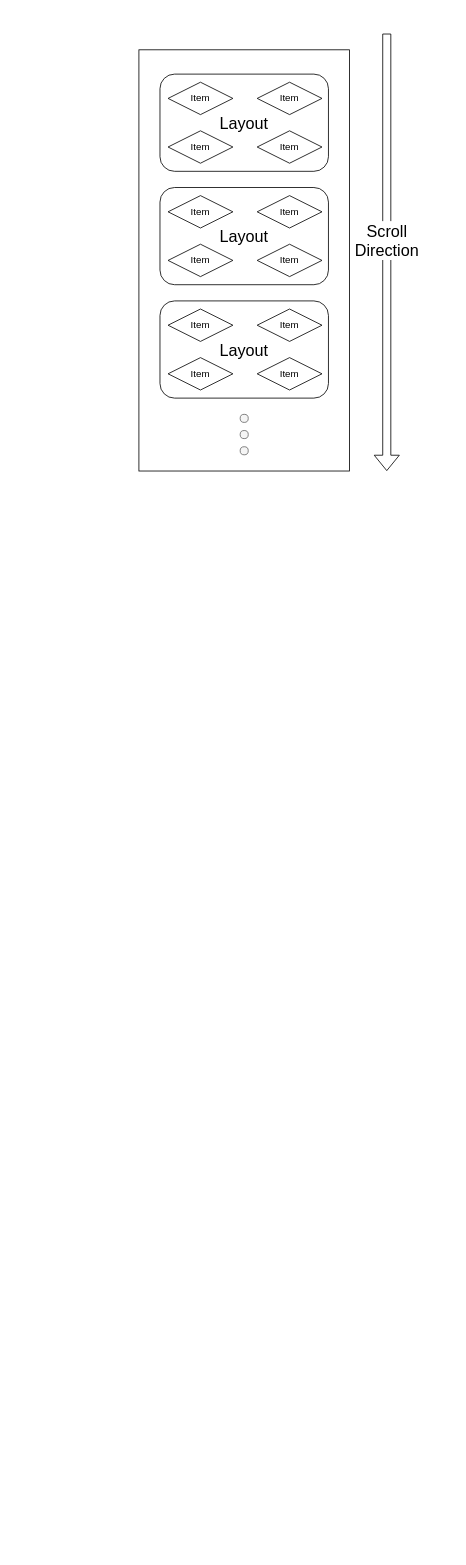
Earlier version of the draw.io diagram Untitled Diagram.drawio (No3371/MultiLayoutScroller). Source tidied: cells renumbered, new cells numbered last; positions are measured from the earlier drawing's top-left corner, leaving out a move shared by most shapes. Both pictures are drawn from the tidied source at 81%, with x=0, y=0 at pixel (139, 33).
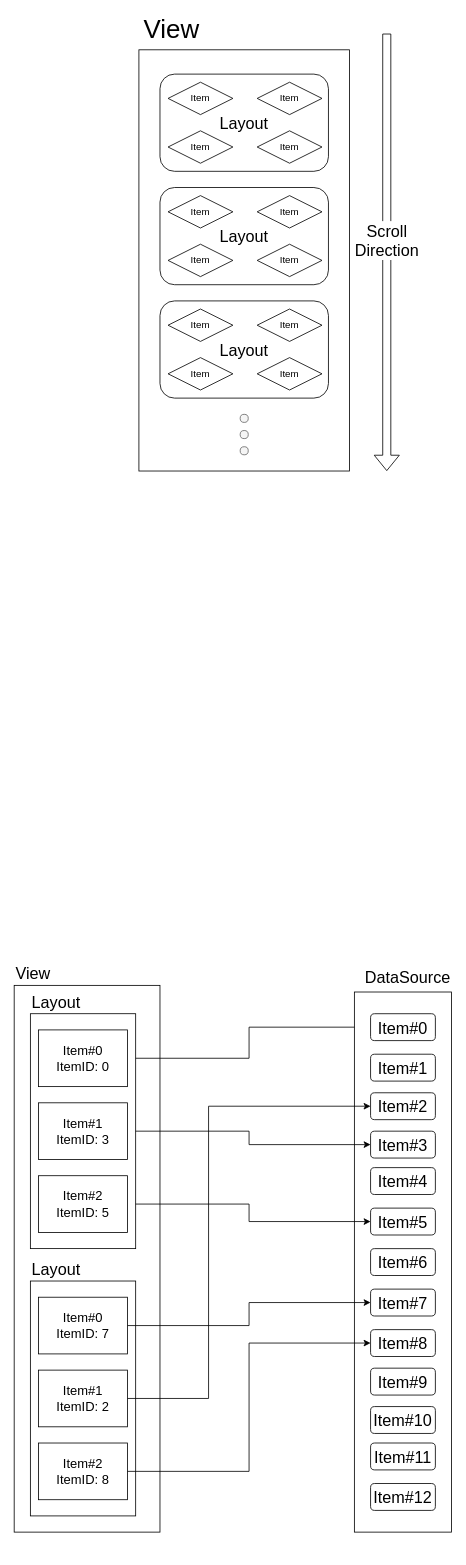
The same diagram, later.

Diff of the diagram source:
```diff
@@
+    <mxCell id="26" style="rounded=0;whiteSpace=wrap;html=1;fontSize=20;" parent="1" vertex="1">
+      <mxGeometry x="-154" y="1175" width="180" height="675" as="geometry" />
+    </mxCell>
@@
+    <mxCell id="27" value="&lt;font style=&quot;font-size: 32px&quot;&gt;View&lt;/font&gt;" style="text;html=1;align=center;verticalAlign=middle;" parent="1" vertex="1">
+      <mxGeometry y="-20" width="80" height="30" as="geometry" />
+    </mxCell>
+    <mxCell id="28" style="edgeStyle=orthogonalEdgeStyle;rounded=0;jettySize=auto;html=1;entryX=0;entryY=0.5;entryDx=0;entryDy=0;fontSize=16;" parent="1" edge="1" source="51" target="39">
+      <mxGeometry relative="1" as="geometry" />
+    </mxCell>
+    <mxCell id="29" value="&lt;div align=&quot;left&quot;&gt;View&lt;/div&gt;" style="text;html=1;align=left;verticalAlign=middle;fontSize=20;" parent="1" vertex="1">
+      <mxGeometry x="-154" y="1145" width="60" height="30" as="geometry" />
+    </mxCell>
+    <mxCell id="30" style="group;" parent="1" vertex="1">
+      <mxGeometry x="266" y="1150" width="120" height="723.2" as="geometry" />
+    </mxCell>
+    <mxCell id="31" style="rounded=0;whiteSpace=wrap;html=1;fontSize=20;" parent="30" vertex="1">
+      <mxGeometry y="33.2" width="120" height="666.8" as="geometry" />
+    </mxCell>
+    <mxCell id="32" value="Item#1" style="rounded=1;whiteSpace=wrap;html=1;fontSize=20;" parent="30" vertex="1">
+      <mxGeometry x="20" y="110" width="80" height="33.2" as="geometry" />
+    </mxCell>
+    <mxCell id="33" value="Item#2" style="rounded=1;whiteSpace=wrap;html=1;fontSize=20;" parent="30" vertex="1">
+      <mxGeometry x="20" y="157.6" width="80" height="33.2" as="geometry" />
+    </mxCell>
+    <mxCell id="34" value="Item#3" style="rounded=1;whiteSpace=wrap;html=1;fontSize=20;" parent="30" vertex="1">
+      <mxGeometry x="20" y="205" width="80" height="33.2" as="geometry" />
+    </mxCell>
+    <mxCell id="35" value="DataSource" style="text;html=1;align=right;verticalAlign=middle;fontSize=20;" parent="30" vertex="1">
+      <mxGeometry width="120" height="30" as="geometry" />
+    </mxCell>
+    <mxCell id="36" value="Item#4" style="rounded=1;whiteSpace=wrap;html=1;fontSize=20;" parent="30" vertex="1">
+      <mxGeometry x="20" y="250" width="80" height="33.2" as="geometry" />
+    </mxCell>
+    <mxCell id="37" value="Item#5" style="rounded=1;whiteSpace=wrap;html=1;fontSize=20;" parent="30" vertex="1">
+      <mxGeometry x="20" y="300" width="80" height="33.2" as="geometry" />
+    </mxCell>
+    <mxCell id="38" value="Item#6" style="rounded=1;whiteSpace=wrap;html=1;fontSize=20;" parent="30" vertex="1">
+      <mxGeometry x="20" y="350" width="80" height="33.2" as="geometry" />
+    </mxCell>
+    <mxCell id="39" value="Item#0" style="rounded=1;whiteSpace=wrap;html=1;fontSize=20;" parent="30" vertex="1">
+      <mxGeometry x="20" y="60" width="80" height="33.2" as="geometry" />
+    </mxCell>
+    <mxCell id="40" value="Item#7" style="rounded=1;whiteSpace=wrap;html=1;fontSize=20;" parent="30" vertex="1">
+      <mxGeometry x="20" y="400" width="80" height="33.2" as="geometry" />
+    </mxCell>
+    <mxCell id="41" value="Item#8" style="rounded=1;whiteSpace=wrap;html=1;fontSize=20;" parent="30" vertex="1">
+      <mxGeometry x="20" y="450" width="80" height="33.2" as="geometry" />
+    </mxCell>
+    <mxCell id="42" value="Item#9" style="rounded=1;whiteSpace=wrap;html=1;fontSize=20;" parent="30" vertex="1">
+      <mxGeometry x="20" y="497.6" width="80" height="33.2" as="geometry" />
+    </mxCell>
+    <mxCell id="43" value="Item#10" style="rounded=1;whiteSpace=wrap;html=1;fontSize=20;" parent="30" vertex="1">
+      <mxGeometry x="20" y="545" width="80" height="33.2" as="geometry" />
+    </mxCell>
+    <mxCell id="44" value="Item#11" style="rounded=1;whiteSpace=wrap;html=1;fontSize=20;" parent="30" vertex="1">
+      <mxGeometry x="20" y="590" width="80" height="33.2" as="geometry" />
+    </mxCell>
+    <mxCell id="45" value="Item#12" style="rounded=1;whiteSpace=wrap;html=1;fontSize=20;" parent="30" vertex="1">
+      <mxGeometry x="20" y="640" width="80" height="33.2" as="geometry" />
+    </mxCell>
+    <mxCell id="46" style="edgeStyle=orthogonalEdgeStyle;rounded=0;jettySize=auto;html=1;exitX=1;exitY=0.5;exitDx=0;exitDy=0;entryX=0;entryY=0.5;entryDx=0;entryDy=0;fontSize=16;" parent="1" edge="1" source="52" target="34">
+      <mxGeometry relative="1" as="geometry" />
+    </mxCell>
+    <mxCell id="47" style="edgeStyle=orthogonalEdgeStyle;rounded=0;jettySize=auto;html=1;entryX=0;entryY=0.5;entryDx=0;entryDy=0;fontSize=16;" parent="1" edge="1" source="53" target="37">
+      <mxGeometry relative="1" as="geometry" />
+    </mxCell>
+    <mxCell id="48" style="group;" parent="1" vertex="1">
+      <mxGeometry x="-134" y="1180" width="130" height="320" as="geometry" />
+    </mxCell>
+    <mxCell id="49" style="rounded=0;whiteSpace=wrap;html=1;fontSize=20;" parent="48" vertex="1">
+      <mxGeometry y="30" width="130" height="290" as="geometry" />
+    </mxCell>
+    <mxCell id="50" value="Layout" style="text;html=1;align=left;verticalAlign=middle;fontSize=20;" parent="48" vertex="1">
+      <mxGeometry width="80" height="30" as="geometry" />
+    </mxCell>
+    <mxCell id="51" value="&lt;div&gt;Item#0&lt;/div&gt;&lt;div&gt;ItemID: 0&lt;br&gt;&lt;/div&gt;" style="rounded=0;whiteSpace=wrap;html=1;fontSize=16;" parent="48" vertex="1">
+      <mxGeometry x="10" y="50" width="110" height="70" as="geometry" />
+    </mxCell>
+    <mxCell id="52" value="&lt;div&gt;Item#1&lt;/div&gt;&lt;div&gt;ItemID: 3&lt;br&gt;&lt;/div&gt;" style="rounded=0;whiteSpace=wrap;html=1;fontSize=16;" parent="48" vertex="1">
+      <mxGeometry x="10" y="140" width="110" height="70" as="geometry" />
+    </mxCell>
+    <mxCell id="53" value="&lt;div&gt;Item#2&lt;/div&gt;&lt;div&gt;ItemID: 5&lt;br&gt;&lt;/div&gt;" style="rounded=0;whiteSpace=wrap;html=1;fontSize=16;" parent="48" vertex="1">
+      <mxGeometry x="10" y="230" width="110" height="70" as="geometry" />
+    </mxCell>
+    <mxCell id="54" style="group;" parent="1" vertex="1">
+      <mxGeometry x="-134" y="1510" width="130" height="320" as="geometry" />
+    </mxCell>
+    <mxCell id="55" style="rounded=0;whiteSpace=wrap;html=1;fontSize=20;" parent="54" vertex="1">
+      <mxGeometry y="30" width="130" height="290" as="geometry" />
+    </mxCell>
+    <mxCell id="56" value="Layout" style="text;html=1;align=left;verticalAlign=middle;fontSize=20;" parent="54" vertex="1">
+      <mxGeometry width="80" height="30" as="geometry" />
+    </mxCell>
+    <mxCell id="57" value="&lt;div&gt;Item#0&lt;/div&gt;&lt;div&gt;ItemID: 7&lt;br&gt;&lt;/div&gt;" style="rounded=0;whiteSpace=wrap;html=1;fontSize=16;" parent="54" vertex="1">
+      <mxGeometry x="10" y="50" width="110" height="70" as="geometry" />
+    </mxCell>
+    <mxCell id="58" value="&lt;div&gt;Item#1&lt;/div&gt;&lt;div&gt;ItemID: 2&lt;br&gt;&lt;/div&gt;" style="rounded=0;whiteSpace=wrap;html=1;fontSize=16;" parent="54" vertex="1">
+      <mxGeometry x="10" y="140" width="110" height="70" as="geometry" />
+    </mxCell>
+    <mxCell id="59" value="&lt;div&gt;Item#2&lt;/div&gt;&lt;div&gt;ItemID: 8&lt;br&gt;&lt;/div&gt;" style="rounded=0;whiteSpace=wrap;html=1;fontSize=16;" parent="54" vertex="1">
+      <mxGeometry x="10" y="230" width="110" height="70" as="geometry" />
+    </mxCell>
+    <mxCell id="60" style="edgeStyle=orthogonalEdgeStyle;rounded=0;jettySize=auto;html=1;exitX=1;exitY=0.5;exitDx=0;exitDy=0;entryX=0;entryY=0.5;entryDx=0;entryDy=0;fontSize=16;" parent="1" edge="1" source="59" target="41">
+      <mxGeometry relative="1" as="geometry" />
+    </mxCell>
+    <mxCell id="61" style="edgeStyle=orthogonalEdgeStyle;rounded=0;jettySize=auto;html=1;exitX=1;exitY=0.5;exitDx=0;exitDy=0;entryX=0;entryY=0.5;entryDx=0;entryDy=0;fontSize=16;" parent="1" edge="1" source="58" target="33">
+      <mxGeometry relative="1" as="geometry">
+        <Array as="points">
+          <mxPoint x="86" y="1685" />
+          <mxPoint x="86" y="1324" />
+        </Array>
+      </mxGeometry>
+    </mxCell>
+    <mxCell id="62" style="edgeStyle=orthogonalEdgeStyle;rounded=0;jettySize=auto;html=1;exitX=1;exitY=0.5;exitDx=0;exitDy=0;entryX=0;entryY=0.5;entryDx=0;entryDy=0;fontSize=16;" parent="1" edge="1" source="57" target="40">
+      <mxGeometry relative="1" as="geometry" />
+    </mxCell>
```
